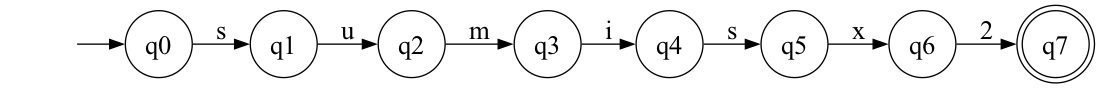
resalec2045/AFD-y-AFN keeps this Graphviz diagram as src/automatas/Incremento/cososumisx2.gv.png. Above is the earlier version. Its source is kept beside it as src/automatas/Incremento/cososumisx2.gv.
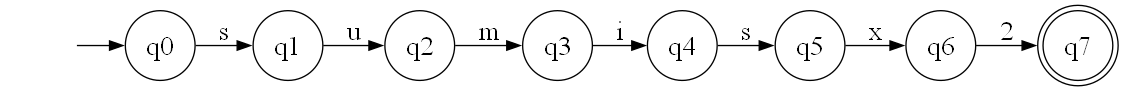
Above is the later version.

What changed in the source:
```diff
@@ -6,10 +6,10 @@
 	q7 [label=q7 shape=doublecircle]
 	q5 [label=q5 shape=circle]
 	q0 [label=q0 shape=circle]
+	q2 [label=q2 shape=circle]
+	q4 [label=q4 shape=circle]
+	q1 [label=q1 shape=circle]
 	q3 [label=q3 shape=circle]
-	q2 [label=q2 shape=circle]
-	q1 [label=q1 shape=circle]
-	q4 [label=q4 shape=circle]
 	q6 [label=q6 shape=circle]
 	"" -> q0 [label=""]
 	q0 -> q1 [label=s]
```
